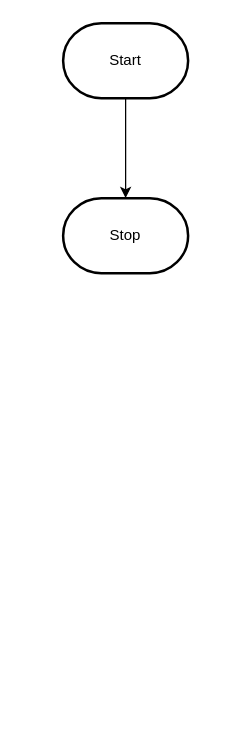
The draw.io diagram design/flowchart.drawio in MTHS-ICS2O-2-2022/ICS2O-Unit-3-04-rachel-oromo, before the edit. Source tidied: cells renumbered, new cells numbered last; positions are measured from the earlier drawing's top-left corner, leaving out a move shared by most shapes. Both pictures are drawn from the tidied source at 125%, with x=0, y=0 at pixel (62, 22).
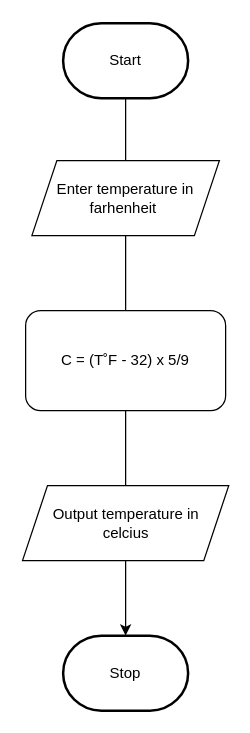
After the change.

Change to the diagram source:
```diff
@@
 <mxGraphModel>
   <root>
     <mxCell id="0" />
     <mxCell id="1" parent="0" />
-    <mxCell id="2" style="edgeStyle=orthogonalEdgeStyle;html=1;rounded=0;" parent="1" edge="1" source="3" target="4">
+    <mxCell id="2" style="edgeStyle=orthogonalEdgeStyle;html=1;rounded=0;startArrow=none;" parent="1" edge="1" source="6" target="4">
       <mxGeometry relative="1" as="geometry" />
     </mxCell>
     <mxCell id="3" value="Start" style="strokeWidth=2;html=1;shape=mxgraph.flowchart.terminator;whiteSpace=wrap;" parent="1" vertex="1">
       <mxGeometry width="100" height="60" as="geometry" />
     </mxCell>
     <mxCell id="4" value="Stop" style="strokeWidth=2;html=1;shape=mxgraph.flowchart.terminator;whiteSpace=wrap;" parent="1" vertex="1">
-      <mxGeometry y="140" width="100" height="60" as="geometry" />
+      <mxGeometry y="490" width="100" height="60" as="geometry" />
     </mxCell>
+    <mxCell id="5" style="edgeStyle=orthogonalEdgeStyle;html=1;rounded=0;endArrow=none;" parent="1" edge="1" source="3" target="6">
+      <mxGeometry relative="1" as="geometry" />
+    </mxCell>
+    <mxCell id="6" value="Enter temperature in farhenheit&amp;nbsp;" style="shape=parallelogram;perimeter=parallelogramPerimeter;whiteSpace=wrap;html=1;fixedSize=1;" parent="1" vertex="1">
+      <mxGeometry x="-25" y="110" width="150" height="60" as="geometry" />
+    </mxCell>
+    <mxCell id="7" value="C = (T˚F - 32) x 5/9" style="rounded=1;whiteSpace=wrap;html=1;" parent="1" vertex="1">
+      <mxGeometry x="-30" y="230" width="160" height="80" as="geometry" />
+    </mxCell>
+    <mxCell id="8" value="Output temperature in &lt;br&gt;celcius" style="shape=parallelogram;perimeter=parallelogramPerimeter;whiteSpace=wrap;html=1;fixedSize=1;" parent="1" vertex="1">
+      <mxGeometry x="-32.5" y="370" width="165" height="60" as="geometry" />
+    </mxCell>
   </root>
 </mxGraphModel>
```
